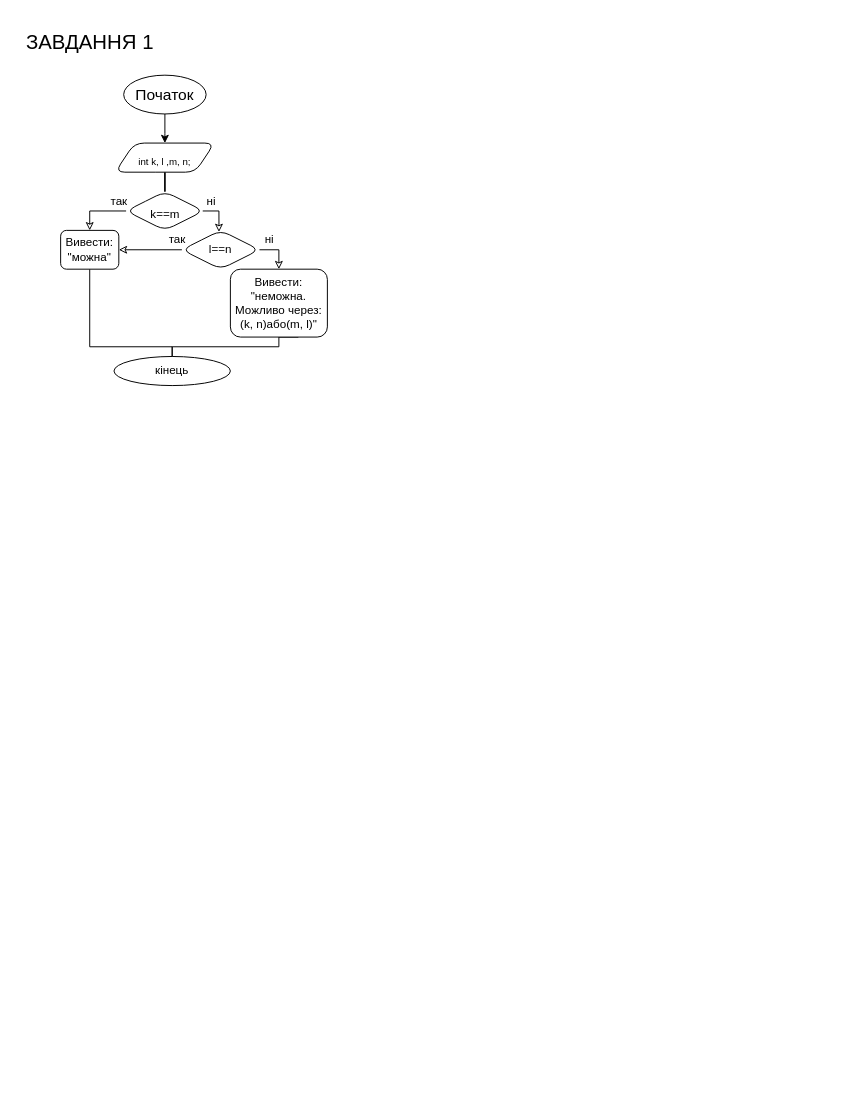
Earlier version of the draw.io diagram Untitled Diagram.drawio (IKatiaI/ads-nahorna-kp13). Source tidied: cells renumbered, new cells numbered last; positions are measured from the earlier drawing's top-left corner, leaving out a move shared by most shapes. Both pictures are drawn from the tidied source at 97%, with x=0, y=0 at pixel (16, 26).
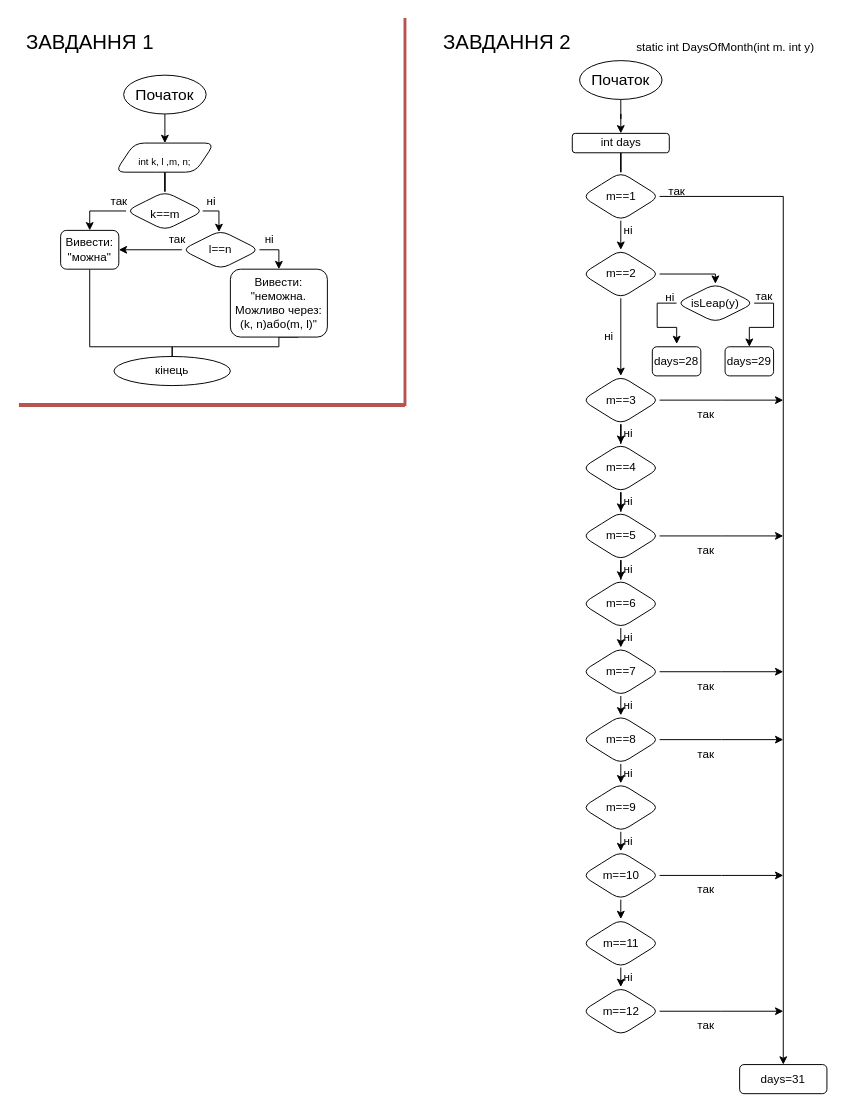
Above is the later version.

Unchanged cells that the change refers to:
```xml
<mxCell id="9" value="&lt;font style=&quot;font-size: 12px&quot;&gt;k==m&lt;/font&gt;" style="rhombus;whiteSpace=wrap;html=1;rounded=1;fontSize=20;" parent="1" vertex="1">
  <mxGeometry x="112.5" y="170" width="80" height="40" as="geometry" />
</mxCell>
<mxCell id="14" value="l==n" style="rhombus;whiteSpace=wrap;html=1;rounded=1;fontSize=12;" parent="1" vertex="1">
  <mxGeometry x="170" y="210" width="80" height="40" as="geometry" />
</mxCell>
<mxCell id="18" value="Вивести: &quot;неможна.&lt;br&gt;Можливо через:&lt;br&gt;(k, n)або(m, l)&quot;&lt;br&gt;" style="rounded=1;whiteSpace=wrap;html=1;fontSize=12;" parent="1" vertex="1">
  <mxGeometry x="220" y="250" width="100" height="70" as="geometry" />
</mxCell>
<mxCell id="20" value="Вивести: &quot;можна&quot;" style="rounded=1;whiteSpace=wrap;html=1;fontSize=12;" parent="1" vertex="1">
  <mxGeometry x="45" y="210" width="60" height="40" as="geometry" />
</mxCell>
```

Diff of the diagram source:
```diff
@@
-    <mxCell id="7" style="edgeStyle=orthogonalEdgeStyle;rounded=0;jettySize=auto;html=1;exitX=0;exitY=0.5;exitDx=0;exitDy=0;fontSize=12;endArrow=classic;endFill=0;entryX=0.5;entryY=0;entryDx=0;entryDy=0;" parent="1" edge="1" source="9" target="20">
+    <mxCell id="7" style="edgeStyle=orthogonalEdgeStyle;rounded=0;jettySize=auto;html=1;exitX=0;exitY=0.5;exitDx=0;exitDy=0;fontSize=12;endArrow=classic;endFill=1;entryX=0.5;entryY=0;entryDx=0;entryDy=0;" parent="1" edge="1" source="9" target="20">
       <mxGeometry relative="1" as="geometry" />
     </mxCell>
-    <mxCell id="8" style="edgeStyle=orthogonalEdgeStyle;rounded=0;jettySize=auto;html=1;exitX=1;exitY=0.5;exitDx=0;exitDy=0;fontSize=12;endArrow=classic;endFill=0;entryX=0.478;entryY=0.042;entryDx=0;entryDy=0;entryPerimeter=0;" parent="1" edge="1" target="14">
+    <mxCell id="8" style="edgeStyle=orthogonalEdgeStyle;rounded=0;jettySize=auto;html=1;exitX=1;exitY=0.5;exitDx=0;exitDy=0;fontSize=12;endArrow=classic;endFill=1;entryX=0.478;entryY=0.042;entryDx=0;entryDy=0;entryPerimeter=0;" parent="1" edge="1" target="14">
       <mxGeometry relative="1" as="geometry">
         <mxPoint x="191.5" y="190" as="sourcePoint" />
         <Array as="points">
           <mxPoint x="208" y="190" />
         </Array>
       </mxGeometry>
     </mxCell>
@@
-    <mxCell id="12" style="edgeStyle=orthogonalEdgeStyle;rounded=0;jettySize=auto;html=1;exitX=1;exitY=0.5;exitDx=0;exitDy=0;fontSize=12;endArrow=classic;endFill=0;" parent="1" edge="1" source="14" target="18">
+    <mxCell id="12" style="edgeStyle=orthogonalEdgeStyle;rounded=0;jettySize=auto;html=1;exitX=1;exitY=0.5;exitDx=0;exitDy=0;fontSize=12;endArrow=classic;endFill=1;" parent="1" edge="1" source="14" target="18">
       <mxGeometry relative="1" as="geometry" />
     </mxCell>
-    <mxCell id="13" style="edgeStyle=orthogonalEdgeStyle;rounded=0;jettySize=auto;html=1;exitX=0;exitY=0.5;exitDx=0;exitDy=0;fontSize=12;endArrow=classic;endFill=0;entryX=1;entryY=0.5;entryDx=0;entryDy=0;" parent="1" edge="1" source="14" target="20">
+    <mxCell id="13" style="edgeStyle=orthogonalEdgeStyle;rounded=0;jettySize=auto;html=1;exitX=0;exitY=0.5;exitDx=0;exitDy=0;fontSize=12;endArrow=classic;endFill=1;entryX=1;entryY=0.5;entryDx=0;entryDy=0;" parent="1" edge="1" source="14" target="20">
       <mxGeometry relative="1" as="geometry">
         <Array as="points">
           <mxPoint x="112" y="230" />
         </Array>
       </mxGeometry>
     </mxCell>
@@
+    <mxCell id="23" style="endArrow=none;html=1;rounded=0;fontSize=12;fillColor=#f8cecc;strokeColor=#b85450;strokeWidth=3;" parent="1" edge="1">
+      <mxGeometry relative="1" as="geometry">
+        <mxPoint x="400" y="391" as="sourcePoint" />
+        <mxPoint x="400" y="-9" as="targetPoint" />
+      </mxGeometry>
+    </mxCell>
+    <mxCell id="24" style="endArrow=none;html=1;rounded=0;fontSize=12;fillColor=#f8cecc;strokeColor=#b85450;strokeWidth=4;" parent="1" edge="1">
+      <mxGeometry relative="1" as="geometry">
+        <mxPoint x="2" y="390" as="sourcePoint" />
+        <mxPoint x="400" y="390" as="targetPoint" />
+      </mxGeometry>
+    </mxCell>
+    <mxCell id="25" value="ЗАВДАННЯ 2" style="text;html=1;align=center;verticalAlign=middle;strokeColor=none;fillColor=none;fontSize=21;" parent="1" vertex="1">
+      <mxGeometry x="430" width="150" height="30" as="geometry" />
+    </mxCell>
+    <mxCell id="26" style="edgeStyle=orthogonalEdgeStyle;rounded=0;jettySize=auto;html=1;exitX=0.5;exitY=1;exitDx=0;exitDy=0;fontSize=12;endArrow=classic;endFill=1;strokeWidth=1;" parent="1" edge="1" source="27" target="29">
+      <mxGeometry relative="1" as="geometry" />
+    </mxCell>
+    <mxCell id="27" value="Початок" style="ellipse;whiteSpace=wrap;html=1;fontSize=16;strokeWidth=1;rounded=1;" parent="1" vertex="1">
+      <mxGeometry x="580" y="35" width="85" height="40" as="geometry" />
+    </mxCell>
+    <mxCell id="28" style="edgeStyle=orthogonalEdgeStyle;rounded=0;jettySize=auto;html=1;exitX=0.5;exitY=1;exitDx=0;exitDy=0;fontSize=12;endArrow=none;endFill=0;strokeWidth=1;" parent="1" edge="1" source="29" target="32">
+      <mxGeometry relative="1" as="geometry" />
+    </mxCell>
+    <mxCell id="29" value="int days" style="rounded=1;whiteSpace=wrap;html=1;fontSize=12;" parent="1" vertex="1">
+      <mxGeometry x="572.5" y="110" width="100" height="20" as="geometry" />
+    </mxCell>
+    <mxCell id="30" style="edgeStyle=orthogonalEdgeStyle;rounded=0;jettySize=auto;html=1;exitX=1;exitY=0.5;exitDx=0;exitDy=0;fontSize=12;endArrow=classic;endFill=1;strokeWidth=1;" parent="1" edge="1" source="32" target="86">
+      <mxGeometry relative="1" as="geometry" />
+    </mxCell>
+    <mxCell id="31" style="edgeStyle=orthogonalEdgeStyle;rounded=0;jettySize=auto;html=1;exitX=0.5;exitY=1;exitDx=0;exitDy=0;fontSize=12;endArrow=classic;endFill=1;strokeWidth=1;entryX=0.5;entryY=0;entryDx=0;entryDy=0;" parent="1" edge="1" source="32" target="37">
+      <mxGeometry relative="1" as="geometry" />
+    </mxCell>
+    <mxCell id="32" value="m==1" style="rhombus;whiteSpace=wrap;html=1;rounded=1;fontSize=12;" parent="1" vertex="1">
+      <mxGeometry x="582.5" y="150" width="80" height="50" as="geometry" />
+    </mxCell>
+    <mxCell id="33" value="ні" style="text;html=1;align=center;verticalAlign=middle;strokeColor=none;fillColor=none;fontSize=12;" parent="1" vertex="1">
+      <mxGeometry x="615" y="200" width="30" height="20" as="geometry" />
+    </mxCell>
+    <mxCell id="34" value="так" style="text;html=1;align=center;verticalAlign=middle;strokeColor=none;fillColor=none;fontSize=12;" parent="1" vertex="1">
+      <mxGeometry x="665" y="160" width="30" height="20" as="geometry" />
+    </mxCell>
+    <mxCell id="35" style="edgeStyle=orthogonalEdgeStyle;rounded=0;jettySize=auto;html=1;exitX=1;exitY=0.5;exitDx=0;exitDy=0;fontSize=12;endArrow=classic;endFill=1;strokeWidth=1;" parent="1" edge="1" source="37" target="41">
+      <mxGeometry relative="1" as="geometry">
+        <Array as="points">
+          <mxPoint x="720" y="255" />
+        </Array>
+      </mxGeometry>
+    </mxCell>
+    <mxCell id="36" style="edgeStyle=orthogonalEdgeStyle;rounded=0;jettySize=auto;html=1;exitX=0.5;exitY=1;exitDx=0;exitDy=0;fontSize=12;endArrow=classic;endFill=1;strokeWidth=1;entryX=0.5;entryY=0;entryDx=0;entryDy=0;" parent="1" edge="1" source="37" target="48">
+      <mxGeometry relative="1" as="geometry" />
+    </mxCell>
+    <mxCell id="37" value="m==2" style="rhombus;whiteSpace=wrap;html=1;rounded=1;fontSize=12;" parent="1" vertex="1">
+      <mxGeometry x="582.5" y="230" width="80" height="50" as="geometry" />
+    </mxCell>
+    <mxCell id="38" value="static int DaysOfMonth(int m. int y)" style="text;html=1;align=center;verticalAlign=middle;strokeColor=none;fillColor=none;fontSize=12;" parent="1" vertex="1">
+      <mxGeometry x="630" y="12" width="200" height="20" as="geometry" />
+    </mxCell>
+    <mxCell id="39" style="edgeStyle=orthogonalEdgeStyle;rounded=0;jettySize=auto;html=1;exitX=1;exitY=0.5;exitDx=0;exitDy=0;fontSize=12;endArrow=classic;endFill=1;strokeWidth=1;entryX=0.5;entryY=0;entryDx=0;entryDy=0;" parent="1" edge="1" source="41" target="42">
+      <mxGeometry relative="1" as="geometry">
+        <Array as="points">
+          <mxPoint x="780" y="285" />
+          <mxPoint x="780" y="310" />
+          <mxPoint x="755" y="310" />
+        </Array>
+      </mxGeometry>
+    </mxCell>
+    <mxCell id="40" style="edgeStyle=orthogonalEdgeStyle;rounded=0;jettySize=auto;html=1;exitX=0;exitY=0.5;exitDx=0;exitDy=0;fontSize=12;endArrow=classic;endFill=1;strokeWidth=1;entryX=0.502;entryY=-0.095;entryDx=0;entryDy=0;entryPerimeter=0;" parent="1" edge="1" source="41" target="44">
+      <mxGeometry relative="1" as="geometry">
+        <Array as="points">
+          <mxPoint x="660" y="285" />
+          <mxPoint x="660" y="310" />
+          <mxPoint x="680" y="310" />
+        </Array>
+      </mxGeometry>
+    </mxCell>
+    <mxCell id="41" value="isLeap(y)" style="rhombus;whiteSpace=wrap;html=1;rounded=1;fontSize=12;" parent="1" vertex="1">
+      <mxGeometry x="680" y="265" width="80" height="40" as="geometry" />
+    </mxCell>
+    <mxCell id="42" value="days=29" style="rounded=1;whiteSpace=wrap;html=1;fontSize=12;" parent="1" vertex="1">
+      <mxGeometry x="730" y="330" width="50" height="30" as="geometry" />
+    </mxCell>
+    <mxCell id="43" value="так" style="text;html=1;align=center;verticalAlign=middle;strokeColor=none;fillColor=none;fontSize=12;" parent="1" vertex="1">
+      <mxGeometry x="755" y="268" width="30" height="20" as="geometry" />
+    </mxCell>
+    <mxCell id="44" value="days=28" style="rounded=1;whiteSpace=wrap;html=1;fontSize=12;" parent="1" vertex="1">
+      <mxGeometry x="655" y="330" width="50" height="30" as="geometry" />
+    </mxCell>
+    <mxCell id="45" value="ні" style="text;html=1;align=center;verticalAlign=middle;strokeColor=none;fillColor=none;fontSize=12;" parent="1" vertex="1">
+      <mxGeometry x="658" y="269" width="30" height="20" as="geometry" />
+    </mxCell>
+    <mxCell id="46" style="edgeStyle=orthogonalEdgeStyle;rounded=0;jettySize=auto;html=1;exitX=1;exitY=0.5;exitDx=0;exitDy=0;fontSize=12;endArrow=classic;endFill=1;strokeWidth=1;" parent="1" edge="1" source="48">
+      <mxGeometry relative="1" as="geometry">
+        <mxPoint x="790" y="385" as="targetPoint" />
+      </mxGeometry>
+    </mxCell>
+    <mxCell id="47" style="edgeStyle=orthogonalEdgeStyle;rounded=0;jettySize=auto;html=1;exitX=0.5;exitY=1;exitDx=0;exitDy=0;fontSize=12;endArrow=classic;endFill=1;strokeWidth=1;" parent="1" edge="1" source="48" target="50">
+      <mxGeometry relative="1" as="geometry" />
+    </mxCell>
+    <mxCell id="48" value="m==3" style="rhombus;whiteSpace=wrap;html=1;rounded=1;fontSize=12;" parent="1" vertex="1">
+      <mxGeometry x="582.5" y="360" width="80" height="50" as="geometry" />
+    </mxCell>
+    <mxCell id="49" style="edgeStyle=orthogonalEdgeStyle;rounded=0;jettySize=auto;html=1;exitX=0.5;exitY=1;exitDx=0;exitDy=0;fontSize=12;endArrow=classic;endFill=1;strokeWidth=1;" parent="1" edge="1" source="50" target="53">
+      <mxGeometry relative="1" as="geometry" />
+    </mxCell>
+    <mxCell id="50" value="m==4" style="rhombus;whiteSpace=wrap;html=1;rounded=1;fontSize=12;" parent="1" vertex="1">
+      <mxGeometry x="582.5" y="430" width="80" height="50" as="geometry" />
+    </mxCell>
+    <mxCell id="51" style="edgeStyle=orthogonalEdgeStyle;rounded=0;jettySize=auto;html=1;exitX=1;exitY=0.5;exitDx=0;exitDy=0;fontSize=12;endArrow=classic;endFill=1;strokeWidth=1;" parent="1" edge="1" source="53">
+      <mxGeometry relative="1" as="geometry">
+        <mxPoint x="790" y="525" as="targetPoint" />
+      </mxGeometry>
+    </mxCell>
+    <mxCell id="52" style="edgeStyle=orthogonalEdgeStyle;rounded=0;jettySize=auto;html=1;exitX=0.5;exitY=1;exitDx=0;exitDy=0;fontSize=12;endArrow=classic;endFill=1;strokeWidth=1;" parent="1" edge="1" source="53" target="55">
+      <mxGeometry relative="1" as="geometry" />
+    </mxCell>
+    <mxCell id="53" value="m==5" style="rhombus;whiteSpace=wrap;html=1;rounded=1;fontSize=12;" parent="1" vertex="1">
+      <mxGeometry x="582.5" y="500" width="80" height="50" as="geometry" />
+    </mxCell>
+    <mxCell id="54" style="edgeStyle=orthogonalEdgeStyle;rounded=0;jettySize=auto;html=1;exitX=0.5;exitY=1;exitDx=0;exitDy=0;entryX=0.5;entryY=0;entryDx=0;entryDy=0;fontSize=12;endArrow=classic;endFill=1;strokeWidth=1;" parent="1" edge="1" source="55" target="58">
+      <mxGeometry relative="1" as="geometry" />
+    </mxCell>
+    <mxCell id="55" value="m==6" style="rhombus;whiteSpace=wrap;html=1;rounded=1;fontSize=12;" parent="1" vertex="1">
+      <mxGeometry x="582.5" y="570" width="80" height="50" as="geometry" />
+    </mxCell>
+    <mxCell id="56" style="edgeStyle=orthogonalEdgeStyle;rounded=0;jettySize=auto;html=1;exitX=1;exitY=0.5;exitDx=0;exitDy=0;fontSize=12;endArrow=classic;endFill=1;strokeWidth=1;" parent="1" edge="1" source="58">
+      <mxGeometry relative="1" as="geometry">
+        <mxPoint x="790" y="665" as="targetPoint" />
+      </mxGeometry>
+    </mxCell>
+    <mxCell id="57" style="edgeStyle=orthogonalEdgeStyle;rounded=0;jettySize=auto;html=1;exitX=0.5;exitY=1;exitDx=0;exitDy=0;fontSize=12;endArrow=classic;endFill=1;strokeWidth=1;entryX=0.5;entryY=0;entryDx=0;entryDy=0;" parent="1" edge="1" source="58" target="70">
+      <mxGeometry relative="1" as="geometry" />
+    </mxCell>
+    <mxCell id="58" value="m==7" style="rhombus;whiteSpace=wrap;html=1;rounded=1;fontSize=12;" parent="1" vertex="1">
+      <mxGeometry x="582.5" y="640" width="80" height="50" as="geometry" />
+    </mxCell>
+    <mxCell id="59" value="ні" style="text;html=1;align=center;verticalAlign=middle;strokeColor=none;fillColor=none;fontSize=12;" parent="1" vertex="1">
+      <mxGeometry x="595" y="310" width="30" height="20" as="geometry" />
+    </mxCell>
+    <mxCell id="60" value="ні" style="text;html=1;align=center;verticalAlign=middle;strokeColor=none;fillColor=none;fontSize=12;" parent="1" vertex="1">
+      <mxGeometry x="615" y="410" width="30" height="20" as="geometry" />
+    </mxCell>
+    <mxCell id="61" value="ні" style="text;html=1;align=center;verticalAlign=middle;strokeColor=none;fillColor=none;fontSize=12;" parent="1" vertex="1">
+      <mxGeometry x="615" y="480" width="30" height="20" as="geometry" />
+    </mxCell>
+    <mxCell id="62" value="ні" style="text;html=1;align=center;verticalAlign=middle;strokeColor=none;fillColor=none;fontSize=12;" parent="1" vertex="1">
+      <mxGeometry x="615" y="550" width="30" height="20" as="geometry" />
+    </mxCell>
+    <mxCell id="63" value="ні" style="text;html=1;align=center;verticalAlign=middle;strokeColor=none;fillColor=none;fontSize=12;" parent="1" vertex="1">
+      <mxGeometry x="615" y="620" width="30" height="20" as="geometry" />
+    </mxCell>
+    <mxCell id="64" value="ні" style="text;html=1;align=center;verticalAlign=middle;strokeColor=none;fillColor=none;fontSize=12;" parent="1" vertex="1">
+      <mxGeometry x="615" y="690" width="30" height="20" as="geometry" />
+    </mxCell>
+    <mxCell id="65" value="так" style="text;html=1;align=center;verticalAlign=middle;strokeColor=none;fillColor=none;fontSize=12;" parent="1" vertex="1">
+      <mxGeometry x="695" y="390" width="30" height="20" as="geometry" />
+    </mxCell>
+    <mxCell id="66" value="так" style="text;html=1;align=center;verticalAlign=middle;strokeColor=none;fillColor=none;fontSize=12;" parent="1" vertex="1">
+      <mxGeometry x="695" y="530" width="30" height="20" as="geometry" />
+    </mxCell>
+    <mxCell id="67" value="так" style="text;html=1;align=center;verticalAlign=middle;strokeColor=none;fillColor=none;fontSize=12;" parent="1" vertex="1">
+      <mxGeometry x="695" y="670" width="30" height="20" as="geometry" />
+    </mxCell>
+    <mxCell id="68" style="edgeStyle=orthogonalEdgeStyle;rounded=0;jettySize=auto;html=1;exitX=1;exitY=0.5;exitDx=0;exitDy=0;fontSize=12;endArrow=classic;endFill=1;strokeWidth=1;" parent="1" edge="1" source="70">
+      <mxGeometry relative="1" as="geometry">
+        <mxPoint x="790" y="735" as="targetPoint" />
+      </mxGeometry>
+    </mxCell>
+    <mxCell id="69" style="edgeStyle=orthogonalEdgeStyle;rounded=0;jettySize=auto;html=1;exitX=0.5;exitY=1;exitDx=0;exitDy=0;fontSize=12;endArrow=classic;endFill=1;strokeWidth=1;" parent="1" edge="1" source="70">
+      <mxGeometry relative="1" as="geometry">
+        <mxPoint x="622.5" y="780" as="targetPoint" />
+      </mxGeometry>
+    </mxCell>
+    <mxCell id="70" value="m==8" style="rhombus;whiteSpace=wrap;html=1;rounded=1;fontSize=12;" parent="1" vertex="1">
+      <mxGeometry x="582.5" y="710" width="80" height="50" as="geometry" />
+    </mxCell>
+    <mxCell id="71" value="ні" style="text;html=1;align=center;verticalAlign=middle;strokeColor=none;fillColor=none;fontSize=12;" parent="1" vertex="1">
+      <mxGeometry x="615" y="760" width="30" height="20" as="geometry" />
+    </mxCell>
+    <mxCell id="72" value="так" style="text;html=1;align=center;verticalAlign=middle;strokeColor=none;fillColor=none;fontSize=12;" parent="1" vertex="1">
+      <mxGeometry x="695" y="740" width="30" height="20" as="geometry" />
+    </mxCell>
+    <mxCell id="73" style="edgeStyle=orthogonalEdgeStyle;rounded=0;jettySize=auto;html=1;exitX=0.5;exitY=1;exitDx=0;exitDy=0;entryX=0.5;entryY=0;entryDx=0;entryDy=0;fontSize=12;endArrow=classic;endFill=1;strokeWidth=1;" parent="1" edge="1" source="74" target="77">
+      <mxGeometry relative="1" as="geometry" />
+    </mxCell>
+    <mxCell id="74" value="m==9" style="rhombus;whiteSpace=wrap;html=1;rounded=1;fontSize=12;" parent="1" vertex="1">
+      <mxGeometry x="582.5" y="780" width="80" height="50" as="geometry" />
+    </mxCell>
+    <mxCell id="75" style="edgeStyle=orthogonalEdgeStyle;rounded=0;jettySize=auto;html=1;exitX=1;exitY=0.5;exitDx=0;exitDy=0;fontSize=12;endArrow=classic;endFill=1;strokeWidth=1;" parent="1" edge="1" source="77">
+      <mxGeometry relative="1" as="geometry">
+        <mxPoint x="790" y="875" as="targetPoint" />
+      </mxGeometry>
+    </mxCell>
+    <mxCell id="76" style="edgeStyle=orthogonalEdgeStyle;rounded=0;jettySize=auto;html=1;exitX=0.5;exitY=1;exitDx=0;exitDy=0;entryX=0.5;entryY=0;entryDx=0;entryDy=0;fontSize=12;endArrow=classic;endFill=1;strokeWidth=1;" parent="1" edge="1" source="77" target="81">
+      <mxGeometry relative="1" as="geometry" />
+    </mxCell>
+    <mxCell id="77" value="m==10" style="rhombus;whiteSpace=wrap;html=1;rounded=1;fontSize=12;" parent="1" vertex="1">
+      <mxGeometry x="582.5" y="850" width="80" height="50" as="geometry" />
+    </mxCell>
+    <mxCell id="78" value="ні" style="text;html=1;align=center;verticalAlign=middle;strokeColor=none;fillColor=none;fontSize=12;" parent="1" vertex="1">
+      <mxGeometry x="615" y="830" width="30" height="20" as="geometry" />
+    </mxCell>
+    <mxCell id="79" value="так" style="text;html=1;align=center;verticalAlign=middle;strokeColor=none;fillColor=none;fontSize=12;" parent="1" vertex="1">
+      <mxGeometry x="695" y="880" width="30" height="20" as="geometry" />
+    </mxCell>
+    <mxCell id="80" style="edgeStyle=orthogonalEdgeStyle;rounded=0;jettySize=auto;html=1;exitX=0.5;exitY=1;exitDx=0;exitDy=0;entryX=0.5;entryY=0;entryDx=0;entryDy=0;fontSize=12;endArrow=classic;endFill=1;strokeWidth=1;" parent="1" edge="1" source="81" target="83">
+      <mxGeometry relative="1" as="geometry" />
+    </mxCell>
+    <mxCell id="81" value="m==11" style="rhombus;whiteSpace=wrap;html=1;rounded=1;fontSize=12;" parent="1" vertex="1">
+      <mxGeometry x="582.5" y="920" width="80" height="50" as="geometry" />
+    </mxCell>
+    <mxCell id="82" style="edgeStyle=orthogonalEdgeStyle;rounded=0;jettySize=auto;html=1;exitX=1;exitY=0.5;exitDx=0;exitDy=0;fontSize=12;endArrow=classic;endFill=1;strokeWidth=1;" parent="1" edge="1" source="83">
+      <mxGeometry relative="1" as="geometry">
+        <mxPoint x="790" y="1015" as="targetPoint" />
+      </mxGeometry>
+    </mxCell>
+    <mxCell id="83" value="m==12" style="rhombus;whiteSpace=wrap;html=1;rounded=1;fontSize=12;" parent="1" vertex="1">
+      <mxGeometry x="582.5" y="990" width="80" height="50" as="geometry" />
+    </mxCell>
+    <mxCell id="84" value="ні" style="text;html=1;align=center;verticalAlign=middle;strokeColor=none;fillColor=none;fontSize=12;" parent="1" vertex="1">
+      <mxGeometry x="615" y="970" width="30" height="20" as="geometry" />
+    </mxCell>
+    <mxCell id="85" value="так" style="text;html=1;align=center;verticalAlign=middle;strokeColor=none;fillColor=none;fontSize=12;" parent="1" vertex="1">
+      <mxGeometry x="695" y="1020" width="30" height="20" as="geometry" />
+    </mxCell>
+    <mxCell id="86" value="days=31" style="rounded=1;whiteSpace=wrap;html=1;fontSize=12;" parent="1" vertex="1">
+      <mxGeometry x="745" y="1070" width="90" height="30" as="geometry" />
+    </mxCell>
```
